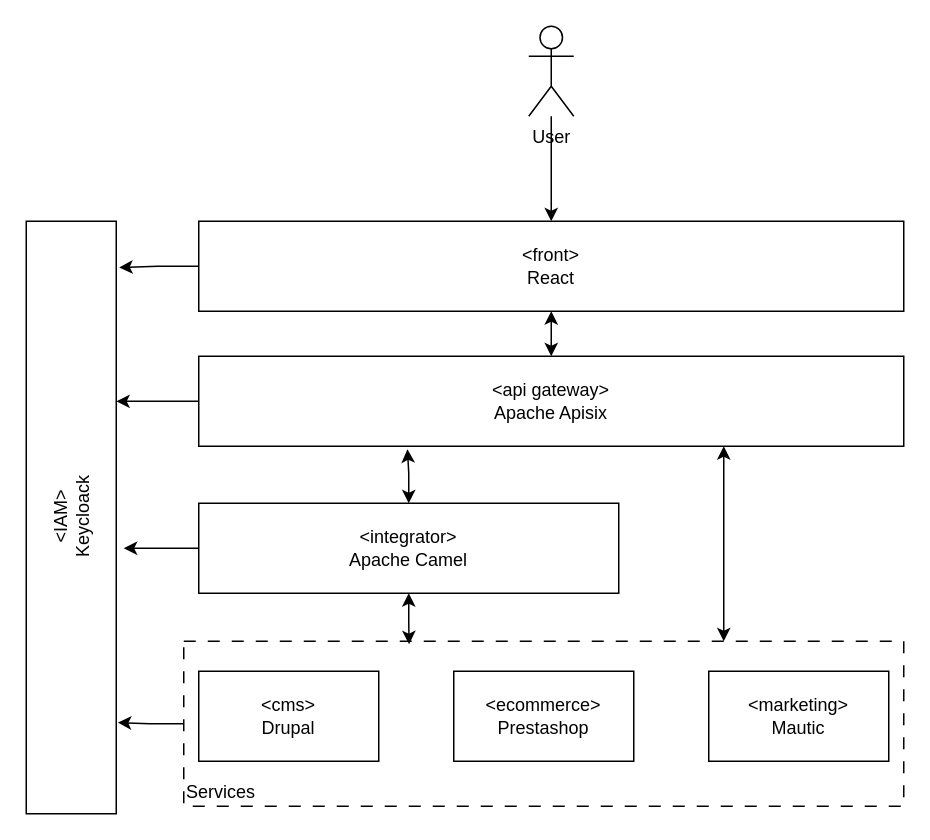
This is assets/img/diagram.drawio from pabloveintimilla/integration-stack, a draw.io file, before an edit. Source tidied: cells renumbered, new cells numbered last; positions are measured from the earlier drawing's top-left corner, leaving out a move shared by most shapes. Both pictures are drawn from the tidied source at 150%, with x=0, y=0 at pixel (-225, 26).
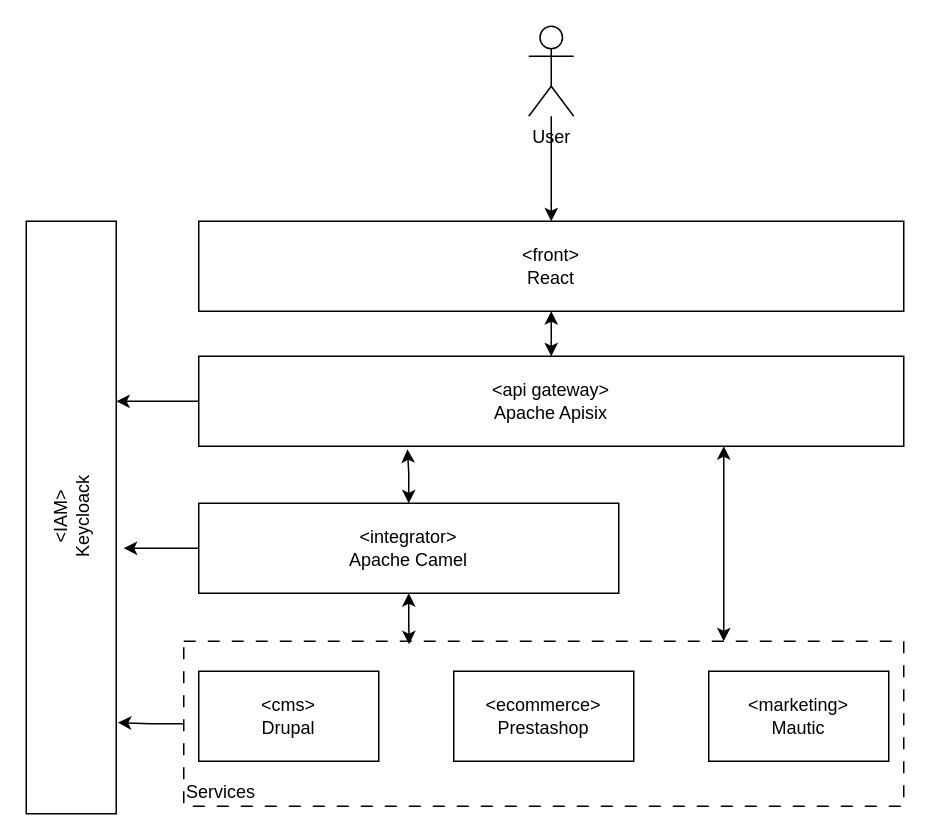
Above is the later version.

Unchanged cells that the change refers to:
```xml
<mxCell id="8" value="&amp;lt;IAM&amp;gt;&lt;br&gt;Keycloack" style="rounded=0;whiteSpace=wrap;html=1;rotation=-90;" parent="1" vertex="1">
  <mxGeometry x="-0.5" y="297.5" width="395" height="60" as="geometry" />
</mxCell>
<mxCell id="12" value="&amp;lt;front&amp;gt;&lt;br&gt;React" style="rounded=0;whiteSpace=wrap;html=1;" parent="1" vertex="1">
  <mxGeometry x="282" y="130" width="470" height="60" as="geometry" />
</mxCell>
```

The edit, as a diff of the source:
```diff
@@
-    <mxCell id="19" style="edgeStyle=orthogonalEdgeStyle;rounded=0;jettySize=auto;html=1;entryX=0.922;entryY=1.033;entryDx=0;entryDy=0;entryPerimeter=0;" parent="1" edge="1" source="12" target="8">
-      <mxGeometry relative="1" as="geometry" />
-    </mxCell>
```
